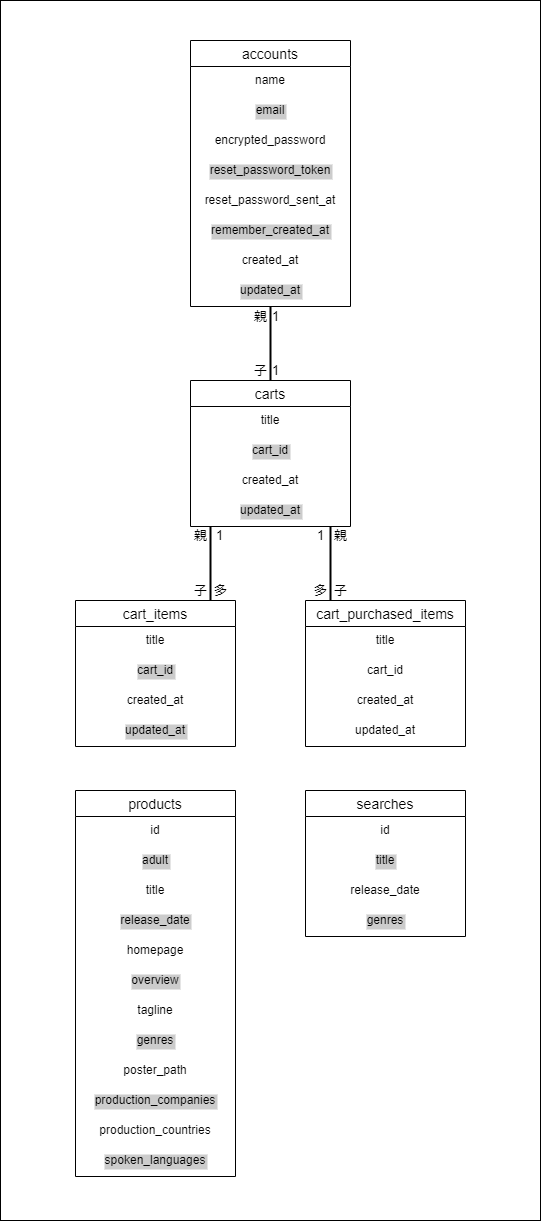
Before: データベース設計図.png, a diagram exported from draw.io (jokertennis/webapp). Source tidied: cells renumbered, new cells last; positions are measured from the earlier drawing's top-left corner, leaving out a move shared by most shapes.
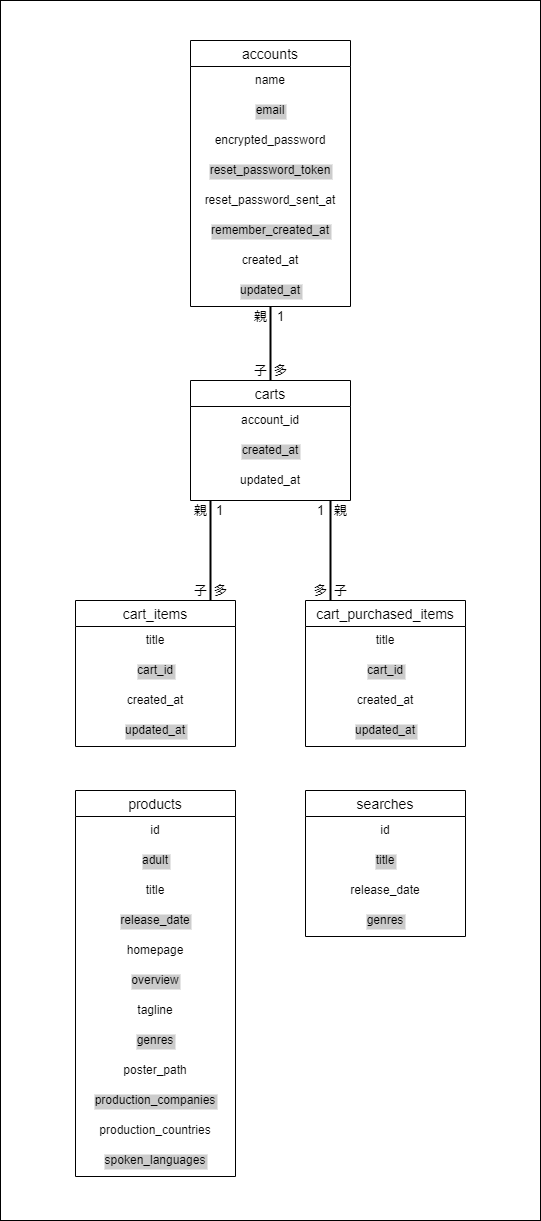
Above is the later version.

Commit message:
Update データベース設計図.png

Diff of the diagram source:
```diff
@@ -36,25 +36,22 @@
       <mxGeometry y="236" width="160" height="30" as="geometry" />
     </mxCell>
     <mxCell id="13" value="carts" style="swimlane;fontStyle=0;horizontal=1;startSize=26;align=center;fontSize=14;labelBackgroundColor=none;" parent="1" vertex="1">
-      <mxGeometry x="190" y="380" width="160" height="146" as="geometry" />
+      <mxGeometry x="190" y="380" width="160" height="120" as="geometry" />
     </mxCell>
-    <mxCell id="14" value="title" style="text;strokeColor=none;fillColor=none;spacingLeft=4;spacingRight=4;overflow=hidden;fontSize=12;align=center;" parent="13" vertex="1">
+    <mxCell id="14" value="account_id" style="text;strokeColor=none;fillColor=none;spacingLeft=4;spacingRight=4;overflow=hidden;fontSize=12;align=center;" parent="13" vertex="1">
       <mxGeometry y="26" width="160" height="30" as="geometry" />
     </mxCell>
-    <mxCell id="15" value="cart_id" style="text;strokeColor=none;fillColor=none;spacingLeft=4;spacingRight=4;overflow=hidden;fontSize=12;align=center;labelBackgroundColor=#CCCCCC;" parent="13" vertex="1">
-      <mxGeometry y="56" width="160" height="30" as="geometry" />
-    </mxCell>
-    <mxCell id="16" value="created_at" style="text;strokeColor=none;fillColor=none;spacingLeft=4;spacingRight=4;overflow=hidden;fontSize=12;align=center;" parent="13" vertex="1">
-      <mxGeometry y="86" width="160" height="30" as="geometry" />
+    <mxCell id="16" value="created_at" style="text;strokeColor=none;fillColor=none;spacingLeft=4;spacingRight=4;overflow=hidden;fontSize=12;align=center;labelBackgroundColor=#CCCCCC;" parent="13" vertex="1">
+      <mxGeometry y="56" width="160" height="30" as="geometry" />
     </mxCell>
-    <mxCell id="17" value="updated_at" style="text;strokeColor=none;fillColor=none;spacingLeft=4;spacingRight=4;overflow=hidden;fontSize=12;align=center;labelBackgroundColor=#CCCCCC;" parent="13" vertex="1">
-      <mxGeometry y="116" width="160" height="30" as="geometry" />
+    <mxCell id="17" value="updated_at" style="text;strokeColor=none;fillColor=none;spacingLeft=4;spacingRight=4;overflow=hidden;fontSize=12;align=center;labelBackgroundColor=none;" parent="13" vertex="1">
+      <mxGeometry y="86" width="160" height="34" as="geometry" />
     </mxCell>
     <mxCell id="18" value="1" style="text;html=1;align=center;verticalAlign=middle;fontSize=13;" parent="1" vertex="1">
-      <mxGeometry x="265" y="306" width="20" height="20" as="geometry" />
+      <mxGeometry x="270" y="306" width="20" height="20" as="geometry" />
     </mxCell>
-    <mxCell id="19" value="1" style="text;html=1;align=center;verticalAlign=middle;fontSize=13;" parent="1" vertex="1">
-      <mxGeometry x="265" y="360" width="20" height="20" as="geometry" />
+    <mxCell id="19" value="多" style="text;html=1;align=center;verticalAlign=middle;fontSize=13;" parent="1" vertex="1">
+      <mxGeometry x="265" y="360" width="30" height="20" as="geometry" />
     </mxCell>
     <mxCell id="20" value="親" style="text;html=1;align=center;verticalAlign=middle;fontSize=13;" parent="1" vertex="1">
       <mxGeometry x="245" y="306" width="30" height="20" as="geometry" />
@@ -63,7 +60,7 @@
       <mxGeometry x="245" y="360" width="30" height="20" as="geometry" />
     </mxCell>
     <mxCell id="22" style="line;strokeWidth=2;direction=south;html=1;labelBackgroundColor=none;fontSize=13;align=center;" parent="1" vertex="1">
-      <mxGeometry x="205" y="526" width="10" height="74" as="geometry" />
+      <mxGeometry x="205" y="500" width="10" height="100" as="geometry" />
     </mxCell>
     <mxCell id="23" value="cart_items" style="swimlane;fontStyle=0;horizontal=1;startSize=26;align=center;fontSize=14;labelBackgroundColor=none;" parent="1" vertex="1">
       <mxGeometry x="75" y="600" width="160" height="146" as="geometry" />
@@ -86,17 +83,17 @@
     <mxCell id="29" value="title" style="text;strokeColor=none;fillColor=none;spacingLeft=4;spacingRight=4;overflow=hidden;fontSize=12;align=center;" parent="28" vertex="1">
       <mxGeometry y="26" width="160" height="30" as="geometry" />
     </mxCell>
-    <mxCell id="30" value="cart_id" style="text;strokeColor=none;fillColor=none;spacingLeft=4;spacingRight=4;overflow=hidden;fontSize=12;align=center;" parent="28" vertex="1">
+    <mxCell id="30" value="cart_id" style="text;strokeColor=none;fillColor=none;spacingLeft=4;spacingRight=4;overflow=hidden;fontSize=12;align=center;labelBackgroundColor=#CCCCCC;" parent="28" vertex="1">
       <mxGeometry y="56" width="160" height="30" as="geometry" />
     </mxCell>
     <mxCell id="31" value="created_at" style="text;strokeColor=none;fillColor=none;spacingLeft=4;spacingRight=4;overflow=hidden;fontSize=12;align=center;" parent="28" vertex="1">
       <mxGeometry y="86" width="160" height="30" as="geometry" />
     </mxCell>
-    <mxCell id="32" value="updated_at" style="text;strokeColor=none;fillColor=none;spacingLeft=4;spacingRight=4;overflow=hidden;fontSize=12;align=center;" parent="28" vertex="1">
+    <mxCell id="32" value="updated_at" style="text;strokeColor=none;fillColor=none;spacingLeft=4;spacingRight=4;overflow=hidden;fontSize=12;align=center;labelBackgroundColor=#CCCCCC;" parent="28" vertex="1">
       <mxGeometry y="116" width="160" height="30" as="geometry" />
     </mxCell>
     <mxCell id="33" style="line;strokeWidth=2;direction=south;html=1;labelBackgroundColor=none;fontSize=13;align=center;" parent="1" vertex="1">
-      <mxGeometry x="325" y="526" width="10" height="74" as="geometry" />
+      <mxGeometry x="325" y="500" width="10" height="100" as="geometry" />
     </mxCell>
     <mxCell id="34" value="products" style="swimlane;fontStyle=0;horizontal=1;startSize=26;align=center;fontSize=14;labelBackgroundColor=none;" parent="1" vertex="1">
       <mxGeometry x="75" y="790" width="160" height="386" as="geometry" />
@@ -138,10 +135,10 @@
       <mxGeometry y="356" width="160" height="30" as="geometry" />
     </mxCell>
     <mxCell id="47" value="1" style="text;html=1;align=center;verticalAlign=middle;fontSize=13;" parent="1" vertex="1">
-      <mxGeometry x="209" y="525" width="20" height="20" as="geometry" />
+      <mxGeometry x="209" y="500" width="20" height="20" as="geometry" />
     </mxCell>
     <mxCell id="48" value="1" style="text;html=1;align=center;verticalAlign=middle;fontSize=13;" parent="1" vertex="1">
-      <mxGeometry x="310" y="525" width="20" height="20" as="geometry" />
+      <mxGeometry x="310" y="500" width="20" height="20" as="geometry" />
     </mxCell>
     <mxCell id="49" value="多" style="text;html=1;align=center;verticalAlign=middle;fontSize=13;" parent="1" vertex="1">
       <mxGeometry x="205" y="580" width="30" height="20" as="geometry" />
@@ -150,10 +147,10 @@
       <mxGeometry x="305" y="580" width="30" height="20" as="geometry" />
     </mxCell>
     <mxCell id="51" value="親" style="text;html=1;align=center;verticalAlign=middle;fontSize=13;" parent="1" vertex="1">
-      <mxGeometry x="185" y="525" width="30" height="20" as="geometry" />
+      <mxGeometry x="185" y="500" width="30" height="20" as="geometry" />
     </mxCell>
     <mxCell id="52" value="親" style="text;html=1;align=center;verticalAlign=middle;fontSize=13;" parent="1" vertex="1">
-      <mxGeometry x="325" y="525" width="30" height="20" as="geometry" />
+      <mxGeometry x="325" y="500" width="30" height="20" as="geometry" />
     </mxCell>
     <mxCell id="53" value="子" style="text;html=1;align=center;verticalAlign=middle;fontSize=13;" parent="1" vertex="1">
       <mxGeometry x="185" y="580" width="30" height="20" as="geometry" />
```
